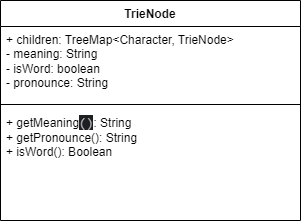
Before: Dictionary.drawio.png, a diagram exported from draw.io (Thangvu21/Project-OOP). Source tidied: cells renumbered, new cells last; positions are measured from the earlier drawing's top-left corner, leaving out a move shared by most shapes. Source of this version:
```xml
<mxGraphModel>
  <root>
    <mxCell id="0" />
    <mxCell id="1" parent="0" />
    <mxCell id="2" value="TrieNode" style="swimlane;fontStyle=1;align=center;verticalAlign=top;horizontal=1;startSize=26;whiteSpace=wrap;html=1;" parent="1" vertex="1">
      <mxGeometry width="300" height="220" as="geometry" />
    </mxCell>
    <mxCell id="3" value="+ children:&amp;nbsp;TreeMap&amp;lt;Character, TrieNode&amp;gt;&lt;br&gt;- meaning: String&lt;br&gt;- isWord: boolean&lt;br&gt;- pronounce: String" style="text;strokeColor=none;fillColor=none;align=left;verticalAlign=top;spacingLeft=4;spacingRight=4;overflow=hidden;whiteSpace=wrap;html=1;" parent="2" vertex="1">
      <mxGeometry y="26" width="300" height="74" as="geometry" />
    </mxCell>
    <mxCell id="4" style="line;strokeWidth=1;fillColor=none;align=left;verticalAlign=middle;spacingTop=-1;spacingLeft=3;spacingRight=3;labelPosition=right;strokeColor=inherit;" parent="2" vertex="1">
      <mxGeometry y="100" width="300" height="8" as="geometry" />
    </mxCell>
    <mxCell id="5" value="+&amp;nbsp;getMeaning&lt;span style=&quot;font-family: &amp;quot;JetBrains Mono&amp;quot;, monospace; font-size: 9.8pt; background-color: rgb(30, 31, 34); color: rgb(188, 190, 196);&quot;&gt;()&lt;/span&gt;: String&lt;br&gt;+&amp;nbsp;getPronounce(): String&lt;br&gt;&lt;span style=&quot;background-color: initial;&quot;&gt;+ isWord(): Boolean&lt;br&gt;&lt;br&gt;&lt;/span&gt;" style="text;strokeColor=none;fillColor=none;align=left;verticalAlign=top;spacingLeft=4;spacingRight=4;overflow=hidden;whiteSpace=wrap;html=1;" parent="2" vertex="1">
      <mxGeometry y="108" width="300" height="112" as="geometry" />
    </mxCell>
  </root>
</mxGraphModel>
```
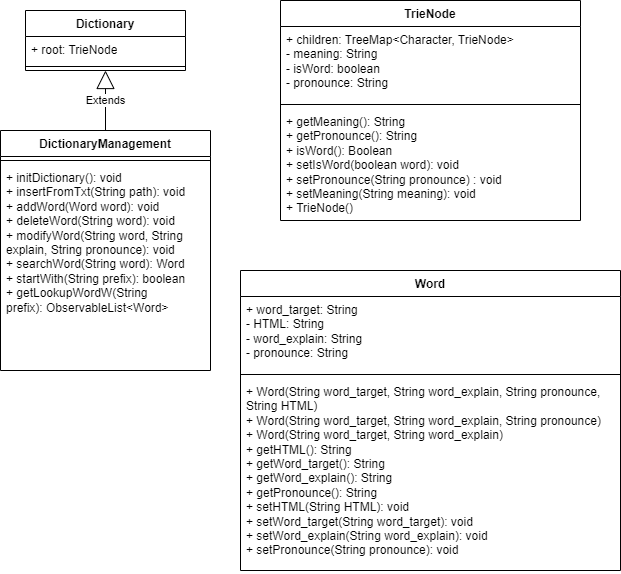
The same file after the commit.

The edit, as a diff of the source:
```diff
@@ -11,8 +11,41 @@
     <mxCell id="4" style="line;strokeWidth=1;fillColor=none;align=left;verticalAlign=middle;spacingTop=-1;spacingLeft=3;spacingRight=3;labelPosition=right;strokeColor=inherit;" parent="2" vertex="1">
       <mxGeometry y="100" width="300" height="8" as="geometry" />
     </mxCell>
-    <mxCell id="5" value="+&amp;nbsp;getMeaning&lt;span style=&quot;font-family: &amp;quot;JetBrains Mono&amp;quot;, monospace; font-size: 9.8pt; background-color: rgb(30, 31, 34); color: rgb(188, 190, 196);&quot;&gt;()&lt;/span&gt;: String&lt;br&gt;+&amp;nbsp;getPronounce(): String&lt;br&gt;&lt;span style=&quot;background-color: initial;&quot;&gt;+ isWord(): Boolean&lt;br&gt;&lt;br&gt;&lt;/span&gt;" style="text;strokeColor=none;fillColor=none;align=left;verticalAlign=top;spacingLeft=4;spacingRight=4;overflow=hidden;whiteSpace=wrap;html=1;" parent="2" vertex="1">
+    <mxCell id="5" value="+&amp;nbsp;getMeaning(): String&lt;br&gt;+&amp;nbsp;getPronounce(): String&lt;br&gt;+ isWord(): Boolean&lt;br&gt;+&amp;nbsp;setIsWord(boolean word): void&lt;br&gt;&lt;span style=&quot;background-color: initial;&quot;&gt;+ setPronounce(String pronounce) : void&lt;br&gt;+ setMeaning(String meaning): void&lt;br&gt;+ TrieNode()&lt;br&gt;&lt;br&gt;&lt;/span&gt;" style="text;strokeColor=none;fillColor=none;align=left;verticalAlign=top;spacingLeft=4;spacingRight=4;overflow=hidden;whiteSpace=wrap;html=1;" parent="2" vertex="1">
       <mxGeometry y="108" width="300" height="112" as="geometry" />
     </mxCell>
+    <mxCell id="6" value="Dictionary" style="swimlane;fontStyle=1;align=center;verticalAlign=top;horizontal=1;startSize=26;whiteSpace=wrap;html=1;" parent="1" vertex="1">
+      <mxGeometry x="-255" y="10" width="160" height="60" as="geometry" />
+    </mxCell>
+    <mxCell id="7" value="+ root: TrieNode" style="text;strokeColor=none;fillColor=none;align=left;verticalAlign=top;spacingLeft=4;spacingRight=4;overflow=hidden;whiteSpace=wrap;html=1;" parent="6" vertex="1">
+      <mxGeometry y="26" width="160" height="26" as="geometry" />
+    </mxCell>
+    <mxCell id="8" style="line;strokeWidth=1;fillColor=none;align=left;verticalAlign=middle;spacingTop=-1;spacingLeft=3;spacingRight=3;labelPosition=right;strokeColor=inherit;" parent="6" vertex="1">
+      <mxGeometry y="52" width="160" height="8" as="geometry" />
+    </mxCell>
+    <mxCell id="9" value="DictionaryManagement" style="swimlane;fontStyle=1;align=center;verticalAlign=top;horizontal=1;startSize=26;whiteSpace=wrap;html=1;" parent="1" vertex="1">
+      <mxGeometry x="-280" y="130" width="210" height="240" as="geometry" />
+    </mxCell>
+    <mxCell id="10" style="line;strokeWidth=1;fillColor=none;align=left;verticalAlign=middle;spacingTop=-1;spacingLeft=3;spacingRight=3;labelPosition=right;strokeColor=inherit;" parent="9" vertex="1">
+      <mxGeometry y="26" width="210" height="8" as="geometry" />
+    </mxCell>
+    <mxCell id="11" value="+ initDictionary(): void&lt;br style=&quot;border-color: var(--border-color);&quot;&gt;+ insertFromTxt(String path): void&lt;br style=&quot;border-color: var(--border-color);&quot;&gt;+&amp;nbsp;addWord(Word word): void&lt;br style=&quot;border-color: var(--border-color);&quot;&gt;+&amp;nbsp;deleteWord(String word): void&lt;br style=&quot;border-color: var(--border-color);&quot;&gt;+&amp;nbsp;modifyWord(String word, String explain, String pronounce): void&lt;br style=&quot;border-color: var(--border-color);&quot;&gt;+&amp;nbsp;searchWord(String word): Word&lt;br style=&quot;border-color: var(--border-color);&quot;&gt;+ startWith(String prefix): boolean&lt;br style=&quot;border-color: var(--border-color);&quot;&gt;+&amp;nbsp;getLookupWordW(String prefix):&amp;nbsp;ObservableList&amp;lt;Word&amp;gt;" style="text;strokeColor=none;fillColor=none;align=left;verticalAlign=top;spacingLeft=4;spacingRight=4;overflow=hidden;whiteSpace=wrap;html=1;" parent="9" vertex="1">
+      <mxGeometry y="34" width="210" height="206" as="geometry" />
+    </mxCell>
+    <mxCell id="12" value="Extends" style="endArrow=block;endSize=16;endFill=0;html=1;rounded=0;exitX=0.5;exitY=0;exitDx=0;exitDy=0;entryX=0.5;entryY=1;entryDx=0;entryDy=0;" parent="1" edge="1" source="9" target="6">
+      <mxGeometry relative="1" as="geometry" />
+    </mxCell>
+    <mxCell id="13" value="Word" style="swimlane;fontStyle=1;align=center;verticalAlign=top;horizontal=1;startSize=26;whiteSpace=wrap;html=1;" parent="1" vertex="1">
+      <mxGeometry x="-40" y="270" width="380" height="300" as="geometry" />
+    </mxCell>
+    <mxCell id="14" value="+ word_target: String&lt;br&gt;- HTML: String&lt;br&gt;- word_explain: String&lt;br&gt;-&amp;nbsp;pronounce: String" style="text;strokeColor=none;fillColor=none;align=left;verticalAlign=top;spacingLeft=4;spacingRight=4;overflow=hidden;whiteSpace=wrap;html=1;" parent="13" vertex="1">
+      <mxGeometry y="26" width="380" height="74" as="geometry" />
+    </mxCell>
+    <mxCell id="15" style="line;strokeWidth=1;fillColor=none;align=left;verticalAlign=middle;spacingTop=-1;spacingLeft=3;spacingRight=3;labelPosition=right;strokeColor=inherit;" parent="13" vertex="1">
+      <mxGeometry y="100" width="380" height="8" as="geometry" />
+    </mxCell>
+    <mxCell id="16" value="+ Word(String word_target, String word_explain, String pronounce, String HTML)&lt;br&gt;+&amp;nbsp;Word(String word_target, String word_explain, String pronounce)&lt;br&gt;+&amp;nbsp;Word(String word_target, String word_explain)&lt;br&gt;+&amp;nbsp;getHTML(): String&lt;br&gt;+&amp;nbsp;getWord_target(): String&lt;br&gt;+&amp;nbsp;getWord_explain(): String&lt;br&gt;+&amp;nbsp;getPronounce(): String&lt;br&gt;+&amp;nbsp;setHTML(String HTML): void&lt;br&gt;+ setWord_target(String word_target): void&lt;br&gt;+&amp;nbsp;setWord_explain(String word_explain): void&lt;br&gt;+&amp;nbsp;setPronounce(String pronounce): void" style="text;strokeColor=none;fillColor=none;align=left;verticalAlign=top;spacingLeft=4;spacingRight=4;overflow=hidden;whiteSpace=wrap;html=1;" parent="13" vertex="1">
+      <mxGeometry y="108" width="380" height="192" as="geometry" />
+    </mxCell>
   </root>
 </mxGraphModel>
```
